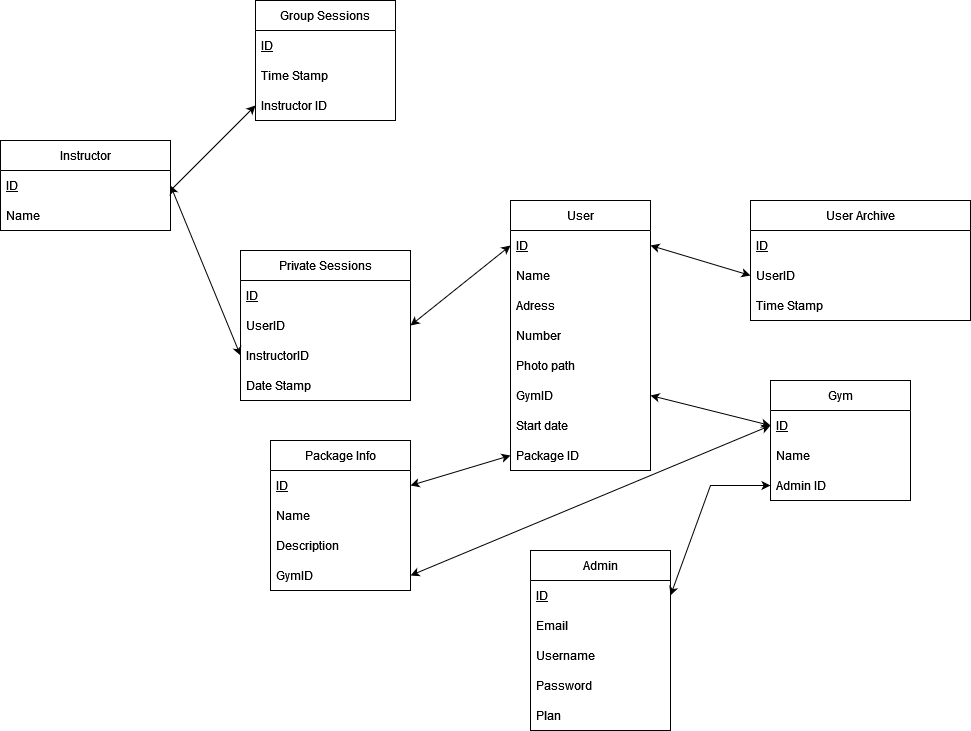
Above: Baza/baza.png in kimleta/PHP-Gym-Software (draw.io), before the change. Source tidied: cells renumbered, new cells last; positions are measured from the earlier drawing's top-left corner, leaving out a move shared by most shapes.
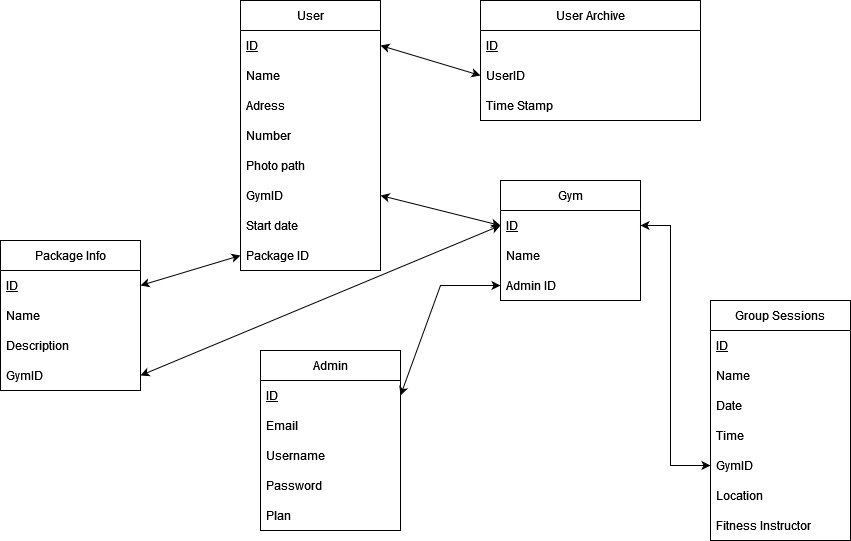
After the change.

Change to the diagram source:
```diff
@@ -53,47 +53,6 @@
     <mxCell id="18" value="Time Stamp" style="text;strokeColor=none;fillColor=none;align=left;verticalAlign=middle;spacingLeft=4;spacingRight=4;overflow=hidden;" parent="15" vertex="1">
       <mxGeometry y="90" width="220" height="30" as="geometry" />
     </mxCell>
-    <mxCell id="19" value="Private Sessions" style="swimlane;fontStyle=0;horizontal=1;startSize=30;" parent="1" vertex="1">
-      <mxGeometry x="240" y="250" width="170" height="150" as="geometry" />
-    </mxCell>
-    <mxCell id="20" value="ID" style="text;strokeColor=none;fillColor=none;align=left;verticalAlign=middle;spacingLeft=4;spacingRight=4;overflow=hidden;fontStyle=4;" parent="19" vertex="1">
-      <mxGeometry y="30" width="170" height="30" as="geometry" />
-    </mxCell>
-    <mxCell id="21" value="UserID" style="text;strokeColor=none;fillColor=none;align=left;verticalAlign=middle;spacingLeft=4;spacingRight=4;overflow=hidden;points=[[0,0.5],[1,0.5]];portConstraint=eastwest;" parent="19" vertex="1">
-      <mxGeometry y="60" width="170" height="30" as="geometry" />
-    </mxCell>
-    <mxCell id="22" value="InstructorID" style="text;strokeColor=none;fillColor=none;align=left;verticalAlign=middle;spacingLeft=4;spacingRight=4;overflow=hidden;points=[[0,0.5],[1,0.5]];portConstraint=eastwest;" parent="19" vertex="1">
-      <mxGeometry y="90" width="170" height="30" as="geometry" />
-    </mxCell>
-    <mxCell id="23" value="Date Stamp" style="text;strokeColor=none;fillColor=none;align=left;verticalAlign=middle;spacingLeft=4;spacingRight=4;overflow=hidden;" parent="19" vertex="1">
-      <mxGeometry y="120" width="170" height="30" as="geometry" />
-    </mxCell>
-    <mxCell id="24" value="Instructor" style="swimlane;fontStyle=0;horizontal=1;startSize=30;" parent="1" vertex="1">
-      <mxGeometry y="140" width="170" height="90" as="geometry" />
-    </mxCell>
-    <mxCell id="25" value="ID" style="text;strokeColor=none;fillColor=none;align=left;verticalAlign=middle;spacingLeft=4;spacingRight=4;overflow=hidden;points=[[0,0.5],[1,0.5]];portConstraint=eastwest;fontStyle=4;" parent="24" vertex="1">
-      <mxGeometry y="30" width="170" height="30" as="geometry" />
-    </mxCell>
-    <mxCell id="26" value="Name" style="text;strokeColor=none;fillColor=none;align=left;verticalAlign=middle;spacingLeft=4;spacingRight=4;overflow=hidden;" parent="24" vertex="1">
-      <mxGeometry y="60" width="170" height="30" as="geometry" />
-    </mxCell>
-    <mxCell id="27" value="Group Sessions" style="swimlane;fontStyle=0;horizontal=1;startSize=30;" parent="1" vertex="1">
-      <mxGeometry x="255" width="140" height="120" as="geometry" />
-    </mxCell>
-    <mxCell id="28" value="ID" style="text;strokeColor=none;fillColor=none;align=left;verticalAlign=middle;spacingLeft=4;spacingRight=4;overflow=hidden;fontStyle=4;" parent="27" vertex="1">
-      <mxGeometry y="30" width="140" height="30" as="geometry" />
-    </mxCell>
-    <mxCell id="29" value="Time Stamp" style="text;strokeColor=none;fillColor=none;align=left;verticalAlign=middle;spacingLeft=4;spacingRight=4;overflow=hidden;" parent="27" vertex="1">
-      <mxGeometry y="60" width="140" height="30" as="geometry" />
-    </mxCell>
-    <mxCell id="30" value="Instructor ID" style="text;strokeColor=none;fillColor=none;align=left;verticalAlign=middle;spacingLeft=4;spacingRight=4;overflow=hidden;points=[[0,0.5],[1,0.5]];portConstraint=eastwest;" parent="27" vertex="1">
-      <mxGeometry y="90" width="140" height="30" as="geometry" />
-    </mxCell>
-    <mxCell id="31" style="endArrow=classic;html=1;rounded=0;entryX=0;entryY=0.5;entryDx=0;entryDy=0;" parent="1" edge="1" target="30">
-      <mxGeometry relative="1" as="geometry">
-        <mxPoint x="170" y="190" as="sourcePoint" />
-      </mxGeometry>
-    </mxCell>
     <mxCell id="32" value="Admin" style="swimlane;fontStyle=0;horizontal=1;startSize=30;" parent="1" vertex="1">
       <mxGeometry x="530" y="550" width="140" height="180" as="geometry" />
     </mxCell>
@@ -140,17 +99,43 @@
     <mxCell id="45" style="endArrow=classic;startArrow=classic;html=1;rounded=0;entryX=0;entryY=0.5;entryDx=0;entryDy=0;exitX=1;exitY=0.5;exitDx=0;exitDy=0;" parent="1" edge="1" source="3" target="17">
       <mxGeometry relative="1" as="geometry" />
     </mxCell>
-    <mxCell id="46" style="endArrow=classic;startArrow=classic;html=1;rounded=0;entryX=0;entryY=0.5;entryDx=0;entryDy=0;exitX=1;exitY=0.5;exitDx=0;exitDy=0;" parent="1" edge="1" source="21" target="3">
-      <mxGeometry relative="1" as="geometry" />
-    </mxCell>
-    <mxCell id="47" style="endArrow=classic;startArrow=classic;html=1;rounded=0;entryX=0;entryY=0.5;entryDx=0;entryDy=0;exitX=1;exitY=0.5;exitDx=0;exitDy=0;" parent="1" edge="1" source="25" target="22">
-      <mxGeometry relative="1" as="geometry" />
-    </mxCell>
     <mxCell id="48" style="endArrow=classic;startArrow=classic;html=1;rounded=0;entryX=0;entryY=0.5;entryDx=0;entryDy=0;exitX=1;exitY=0.5;exitDx=0;exitDy=0;" parent="1" edge="1" source="39" target="10">
       <mxGeometry relative="1" as="geometry" />
     </mxCell>
     <mxCell id="49" style="endArrow=classic;startArrow=classic;html=1;rounded=0;entryX=0;entryY=0.5;entryDx=0;entryDy=0;exitX=1;exitY=0.5;exitDx=0;exitDy=0;" parent="1" edge="1" source="42" target="12">
       <mxGeometry relative="1" as="geometry" />
     </mxCell>
+    <mxCell id="27" value="&lt;div&gt;Group Sessions&lt;/div&gt;" style="swimlane;fontStyle=0;horizontal=1;startSize=30;whiteSpace=wrap;html=1;" parent="1" vertex="1">
+      <mxGeometry x="980" y="500" width="140" height="240" as="geometry" />
+    </mxCell>
+    <mxCell id="50" value="&lt;u&gt;ID&lt;/u&gt;" style="text;strokeColor=none;fillColor=none;align=left;verticalAlign=middle;spacingLeft=4;spacingRight=4;overflow=hidden;whiteSpace=wrap;html=1;" parent="27" vertex="1">
+      <mxGeometry y="30" width="140" height="30" as="geometry" />
+    </mxCell>
+    <mxCell id="26" value="Name" style="text;strokeColor=none;fillColor=none;align=left;verticalAlign=middle;spacingLeft=4;spacingRight=4;overflow=hidden;whiteSpace=wrap;html=1;" parent="27" vertex="1">
+      <mxGeometry y="60" width="140" height="30" as="geometry" />
+    </mxCell>
+    <mxCell id="51" value="Date" style="text;strokeColor=none;fillColor=none;align=left;verticalAlign=middle;spacingLeft=4;spacingRight=4;overflow=hidden;whiteSpace=wrap;html=1;" parent="27" vertex="1">
+      <mxGeometry y="90" width="140" height="30" as="geometry" />
+    </mxCell>
+    <mxCell id="52" value="Time" style="text;strokeColor=none;fillColor=none;align=left;verticalAlign=middle;spacingLeft=4;spacingRight=4;overflow=hidden;whiteSpace=wrap;html=1;" parent="27" vertex="1">
+      <mxGeometry y="120" width="140" height="30" as="geometry" />
+    </mxCell>
+    <mxCell id="53" value="&lt;div&gt;GymID&lt;/div&gt;" style="text;strokeColor=none;fillColor=none;align=left;verticalAlign=middle;spacingLeft=4;spacingRight=4;overflow=hidden;points=[[0,0.5],[1,0.5]];portConstraint=eastwest;whiteSpace=wrap;html=1;" parent="27" vertex="1">
+      <mxGeometry y="150" width="140" height="30" as="geometry" />
+    </mxCell>
+    <mxCell id="54" value="&lt;div&gt;Location&lt;/div&gt;" style="text;strokeColor=none;fillColor=none;align=left;verticalAlign=middle;spacingLeft=4;spacingRight=4;overflow=hidden;whiteSpace=wrap;html=1;" parent="27" vertex="1">
+      <mxGeometry y="180" width="140" height="30" as="geometry" />
+    </mxCell>
+    <mxCell id="55" value="Fitness Instructor" style="text;strokeColor=none;fillColor=none;align=left;verticalAlign=middle;spacingLeft=4;spacingRight=4;overflow=hidden;whiteSpace=wrap;html=1;" parent="27" vertex="1">
+      <mxGeometry y="210" width="140" height="30" as="geometry" />
+    </mxCell>
+    <mxCell id="56" style="endArrow=classic;startArrow=classic;html=1;rounded=0;exitX=1;exitY=0.5;exitDx=0;exitDy=0;entryX=0;entryY=0.5;entryDx=0;entryDy=0;" parent="1" edge="1" source="12" target="53">
+      <mxGeometry relative="1" as="geometry">
+        <Array as="points">
+          <mxPoint x="940" y="425" />
+          <mxPoint x="940" y="665" />
+        </Array>
+      </mxGeometry>
+    </mxCell>
   </root>
 </mxGraphModel>
```
